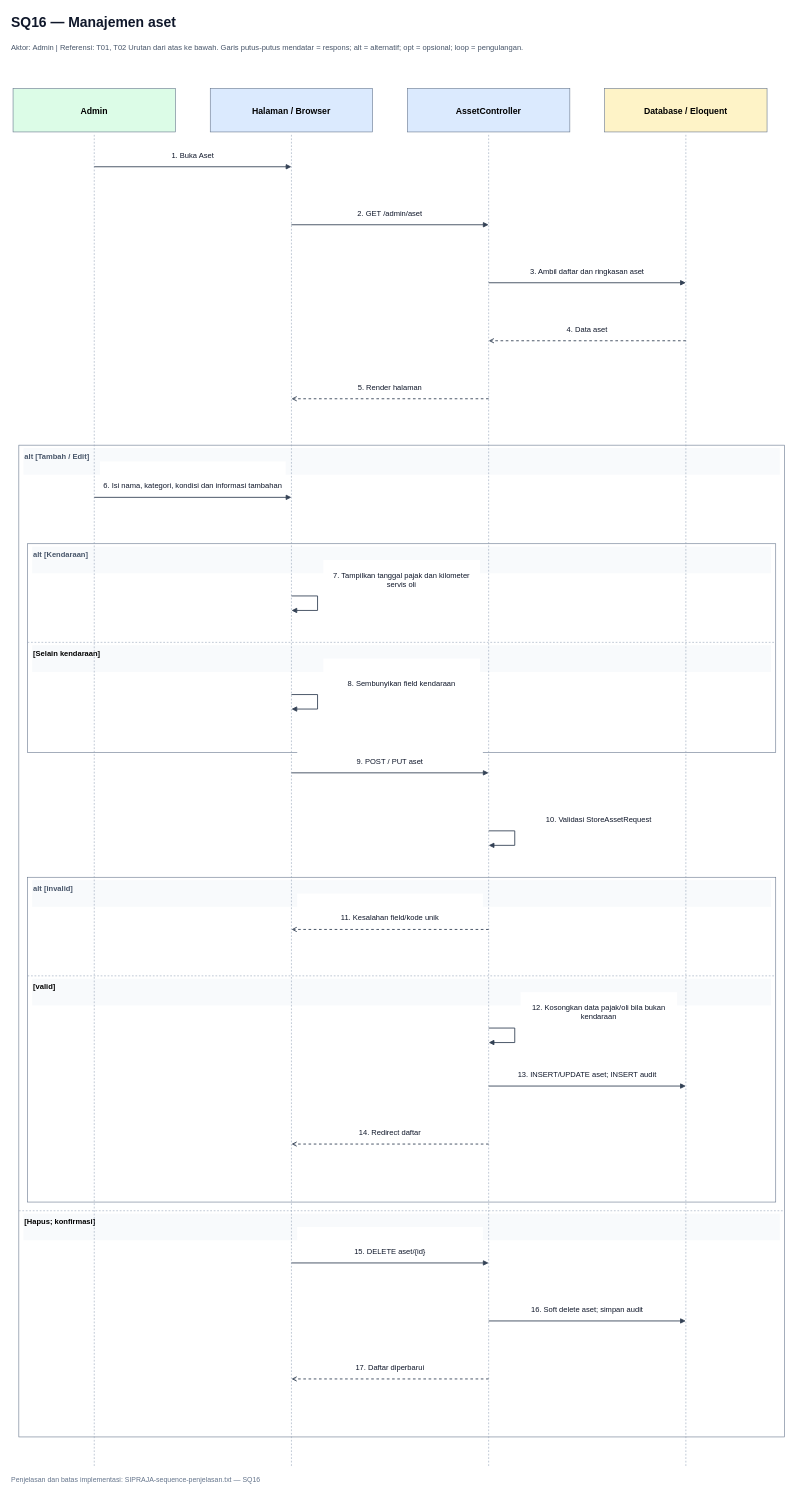
Above: page "16 - Manajemen aset" (16 of 21) of docs/SIPRAJA-sequence.drawio in Samuel-smr/Satpolpp (draw.io), before the change. Source tidied: cells renumbered, new cells numbered last; positions are measured from the earlier drawing's top-left corner, leaving out a move shared by most shapes. Both pictures are drawn from the tidied source at 58%, with x=0, y=0 at pixel (10, 10).
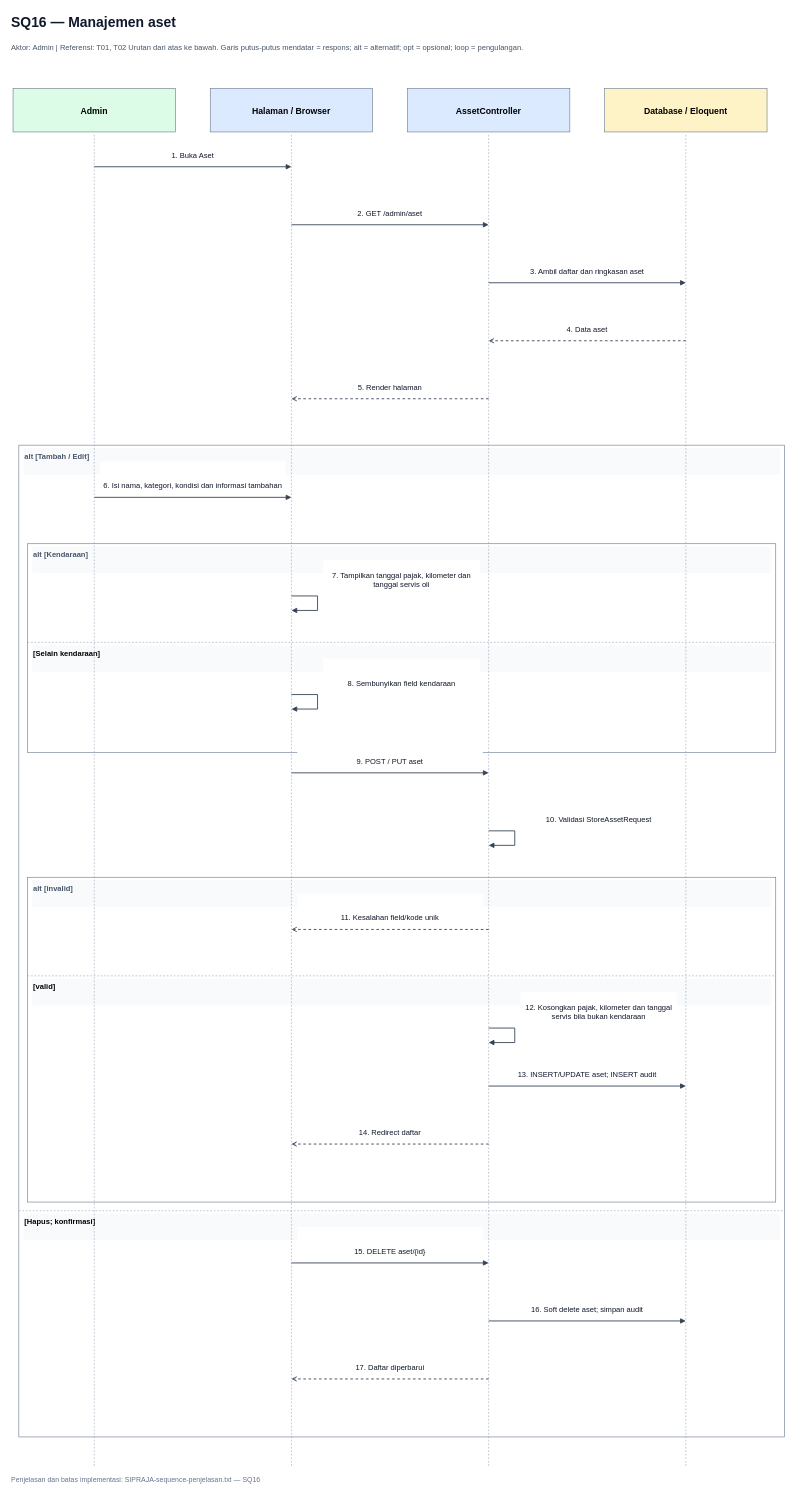
The same page after the edit.

Change to the diagram source:
```diff
@@
-    <mxCell id="31" value="7. Tampilkan tanggal pajak dan kilometer servis oli" style="text;html=0;whiteSpace=wrap;align=center;verticalAlign=bottom;spacingBottom=5;fontSize=13;fontColor=#0f172a;fillColor=#ffffff;strokeColor=none;" parent="1" vertex="1">
+    <mxCell id="31" value="7. Tampilkan tanggal pajak, kilometer dan tanggal servis oli" style="text;html=0;whiteSpace=wrap;align=center;verticalAlign=bottom;spacingBottom=5;fontSize=13;fontColor=#0f172a;fillColor=#ffffff;strokeColor=none;" parent="1" vertex="1">
       <mxGeometry x="540" y="948" width="270" height="58" as="geometry" />
     </mxCell>
@@
-    <mxCell id="41" value="12. Kosongkan data pajak/oli bila bukan kendaraan" style="text;html=0;whiteSpace=wrap;align=center;verticalAlign=bottom;spacingBottom=5;fontSize=13;fontColor=#0f172a;fillColor=#ffffff;strokeColor=none;" parent="1" vertex="1">
+    <mxCell id="41" value="12. Kosongkan pajak, kilometer dan tanggal servis bila bukan kendaraan" style="text;html=0;whiteSpace=wrap;align=center;verticalAlign=bottom;spacingBottom=5;fontSize=13;fontColor=#0f172a;fillColor=#ffffff;strokeColor=none;" parent="1" vertex="1">
       <mxGeometry x="880" y="1693" width="270" height="58" as="geometry" />
     </mxCell>
```
